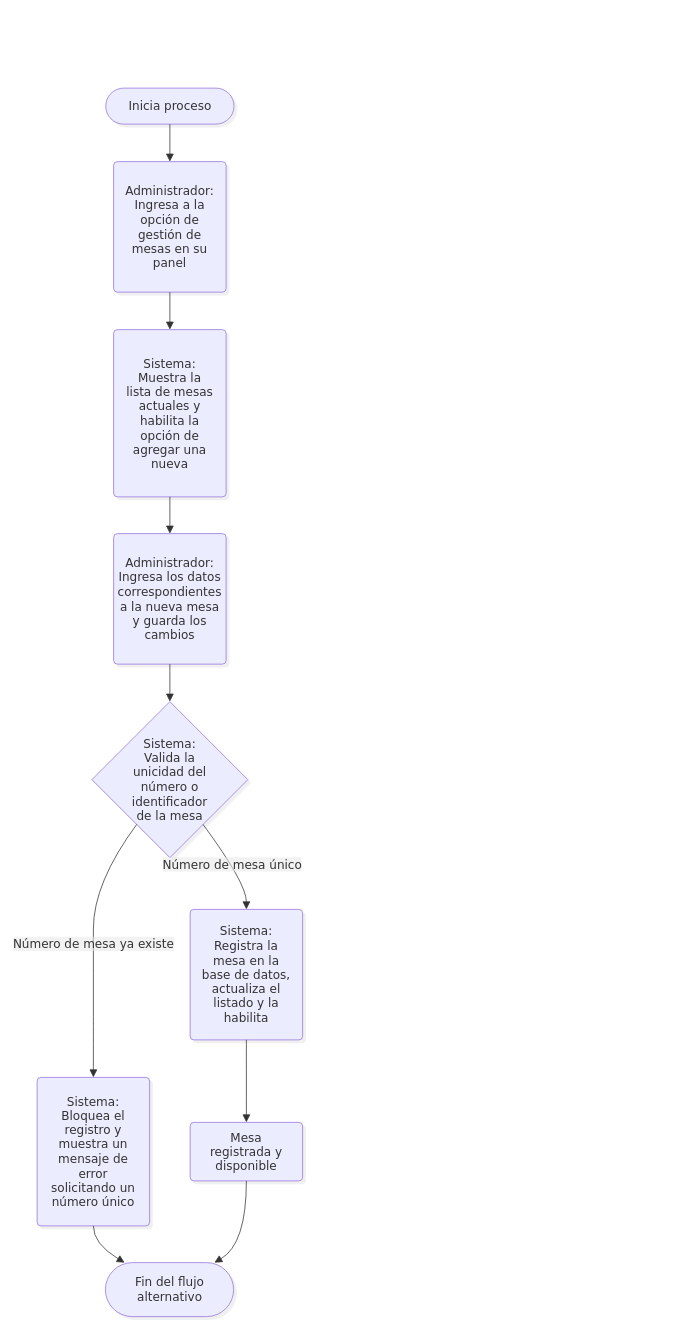
Earlier version of the draw.io diagram page "RF05" (5 of 14) of documentacion/Diagramas/Diagramas Casos de Uso.drawio (CanelaFeliz/ProyectoPPI115). Source tidied: cells renumbered, new cells numbered last; positions are measured from the earlier drawing's top-left corner, leaving out a move shared by most shapes. Both pictures are drawn from the tidied source at 75%, with x=0, y=0 at pixel (14, 13).
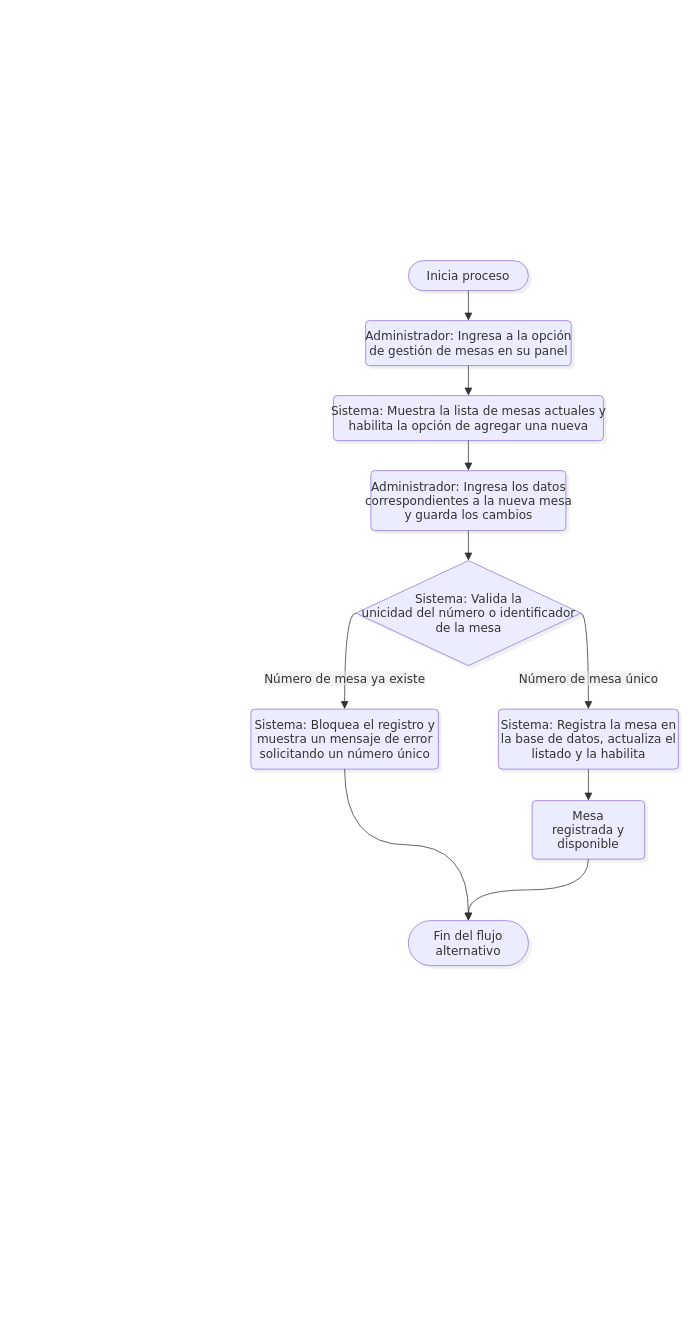
The same diagram, later.

The change refers to these unchanged cells:
```xml
<mxCell id="2" style="group;transparentBounds=1;editIcon=1;lockedGroup=0;groupPadding=10;" parent="1" vertex="1">
  <mxGeometry as="geometry" />
</mxCell>
```

Diff of the diagram source:
```diff
@@
     <mxCell id="3" value="Inicia proceso" style="html=1;rounded=1;whiteSpace=wrap;arcSize=50;strokeWidth=1;fillColor=light-dark(#ECECFF,#1f2020);strokeColor=light-dark(#9370DB,#cccccc);fontColor=light-dark(#333333,#cccccc);fontFamily=Trebuchet MS,Verdana,Arial,sans-serif;fontSize=16;shadow=1;shadowColor=#000000;shadowOffsetX=4;shadowOffsetY=4;shadowBlur=0;shadowOpacity=6;" parent="2" vertex="1">
-      <mxGeometry x="121.5" y="100" width="171" height="48" as="geometry" />
+      <mxGeometry x="525" y="330" width="160" height="40" as="geometry" />
     </mxCell>
-    <mxCell id="4" value="Administrador: Ingresa a la opción de gestión de mesas en su panel" style="rounded=1;absoluteArcSize=1;arcSize=10;html=1;whiteSpace=wrap;strokeWidth=1;fillColor=light-dark(#ECECFF,#1f2020);strokeColor=light-dark(#9370DB,#cccccc);fontColor=light-dark(#333333,#cccccc);fontFamily=Trebuchet MS,Verdana,Arial,sans-serif;fontSize=16;shadow=1;shadowColor=#000000;shadowOffsetX=4;shadowOffsetY=4;shadowBlur=0;shadowOpacity=6;labelWidth=120;" parent="2" vertex="1">
-      <mxGeometry x="132" y="198" width="150" height="174" as="geometry" />
+    <mxCell id="4" value="Administrador: Ingresa a la opción&lt;br&gt;de gestión de mesas en su panel" style="rounded=1;absoluteArcSize=1;arcSize=10;html=1;strokeWidth=1;fillColor=light-dark(#ECECFF,#1f2020);strokeColor=light-dark(#9370DB,#cccccc);fontColor=light-dark(#333333,#cccccc);fontFamily=Trebuchet MS,Verdana,Arial,sans-serif;fontSize=16;shadow=1;shadowColor=#000000;shadowOffsetX=4;shadowOffsetY=4;shadowBlur=0;shadowOpacity=6;labelWidth=120;" parent="2" vertex="1">
+      <mxGeometry x="468" y="410" width="274" height="60" as="geometry" />
     </mxCell>
-    <mxCell id="5" value="Sistema: Muestra la lista de mesas actuales y habilita la opción de agregar una nueva" style="rounded=1;absoluteArcSize=1;arcSize=10;html=1;whiteSpace=wrap;strokeWidth=1;fillColor=light-dark(#ECECFF,#1f2020);strokeColor=light-dark(#9370DB,#cccccc);fontColor=light-dark(#333333,#cccccc);fontFamily=Trebuchet MS,Verdana,Arial,sans-serif;fontSize=16;shadow=1;shadowColor=#000000;shadowOffsetX=4;shadowOffsetY=4;shadowBlur=0;shadowOpacity=6;labelWidth=120;" parent="2" vertex="1">
-      <mxGeometry x="132" y="422" width="150" height="223" as="geometry" />
+    <mxCell id="5" value="Sistema: Muestra la lista de mesas actuales y&lt;br&gt;habilita la opción de agregar una nueva" style="rounded=1;absoluteArcSize=1;arcSize=10;html=1;strokeWidth=1;fillColor=light-dark(#ECECFF,#1f2020);strokeColor=light-dark(#9370DB,#cccccc);fontColor=light-dark(#333333,#cccccc);fontFamily=Trebuchet MS,Verdana,Arial,sans-serif;fontSize=16;shadow=1;shadowColor=#000000;shadowOffsetX=4;shadowOffsetY=4;shadowBlur=0;shadowOpacity=6;labelWidth=120;" parent="2" vertex="1">
+      <mxGeometry x="425" y="510" width="360" height="60" as="geometry" />
     </mxCell>
-    <mxCell id="6" value="Administrador: Ingresa los datos correspondientes a la nueva mesa y guarda los cambios" style="rounded=1;absoluteArcSize=1;arcSize=10;html=1;whiteSpace=wrap;strokeWidth=1;fillColor=light-dark(#ECECFF,#1f2020);strokeColor=light-dark(#9370DB,#cccccc);fontColor=light-dark(#333333,#cccccc);fontFamily=Trebuchet MS,Verdana,Arial,sans-serif;fontSize=16;shadow=1;shadowColor=#000000;shadowOffsetX=4;shadowOffsetY=4;shadowBlur=0;shadowOpacity=6;labelWidth=120;" parent="2" vertex="1">
-      <mxGeometry x="132" y="694" width="150" height="174" as="geometry" />
+    <mxCell id="6" value="Administrador: Ingresa los datos&lt;br&gt;correspondientes a la nueva mesa&lt;br&gt;y guarda los cambios" style="rounded=1;absoluteArcSize=1;arcSize=10;html=1;strokeWidth=1;fillColor=light-dark(#ECECFF,#1f2020);strokeColor=light-dark(#9370DB,#cccccc);fontColor=light-dark(#333333,#cccccc);fontFamily=Trebuchet MS,Verdana,Arial,sans-serif;fontSize=16;shadow=1;shadowColor=#000000;shadowOffsetX=4;shadowOffsetY=4;shadowBlur=0;shadowOpacity=6;labelWidth=120;" parent="2" vertex="1">
+      <mxGeometry x="475" y="610" width="260" height="80" as="geometry" />
     </mxCell>
-    <mxCell id="7" value="Sistema: Valida la unicidad del número o identificador de la mesa" style="rhombus;html=1;strokeWidth=1;whiteSpace=wrap;fillColor=light-dark(#ECECFF,#1f2020);strokeColor=light-dark(#9370DB,#cccccc);fontColor=light-dark(#333333,#cccccc);fontFamily=Trebuchet MS,Verdana,Arial,sans-serif;fontSize=16;shadow=1;shadowColor=#000000;shadowOffsetX=4;shadowOffsetY=4;shadowBlur=0;shadowOpacity=6;labelWidth=120;" parent="2" vertex="1">
-      <mxGeometry x="103" y="918" width="208" height="208" as="geometry" />
+    <mxCell id="7" value="Sistema: Valida la&lt;br&gt;unicidad del número o identificador&lt;br&gt;de la mesa" style="rhombus;html=1;strokeWidth=1;fillColor=light-dark(#ECECFF,#1f2020);strokeColor=light-dark(#9370DB,#cccccc);fontColor=light-dark(#333333,#cccccc);fontFamily=Trebuchet MS,Verdana,Arial,sans-serif;fontSize=16;shadow=1;shadowColor=#000000;shadowOffsetX=4;shadowOffsetY=4;shadowBlur=0;shadowOpacity=6;labelWidth=120;" parent="2" vertex="1">
+      <mxGeometry x="455" y="730" width="300" height="140" as="geometry" />
     </mxCell>
-    <mxCell id="8" value="Sistema: Registra la mesa en la base de datos, actualiza el listado y la habilita" style="rounded=1;absoluteArcSize=1;arcSize=10;html=1;whiteSpace=wrap;strokeWidth=1;fillColor=light-dark(#ECECFF,#1f2020);strokeColor=light-dark(#9370DB,#cccccc);fontColor=light-dark(#333333,#cccccc);fontFamily=Trebuchet MS,Verdana,Arial,sans-serif;fontSize=16;shadow=1;shadowColor=#000000;shadowOffsetX=4;shadowOffsetY=4;shadowBlur=0;shadowOpacity=6;labelWidth=120;" parent="2" vertex="1">
-      <mxGeometry x="234" y="1195" width="150" height="174" as="geometry" />
+    <mxCell id="8" value="Sistema: Registra la mesa en&lt;br&gt;la base de datos, actualiza el&lt;br&gt;listado y la habilita" style="rounded=1;absoluteArcSize=1;arcSize=10;html=1;strokeWidth=1;fillColor=light-dark(#ECECFF,#1f2020);strokeColor=light-dark(#9370DB,#cccccc);fontColor=light-dark(#333333,#cccccc);fontFamily=Trebuchet MS,Verdana,Arial,sans-serif;fontSize=16;shadow=1;shadowColor=#000000;shadowOffsetX=4;shadowOffsetY=4;shadowBlur=0;shadowOpacity=6;labelWidth=120;" parent="2" vertex="1">
+      <mxGeometry x="645" y="928" width="240" height="80" as="geometry" />
     </mxCell>
-    <mxCell id="9" value="Sistema: Bloquea el registro y muestra un mensaje de error solicitando un número único" style="rounded=1;absoluteArcSize=1;arcSize=10;html=1;whiteSpace=wrap;strokeWidth=1;fillColor=light-dark(#ECECFF,#1f2020);strokeColor=light-dark(#9370DB,#cccccc);fontColor=light-dark(#333333,#cccccc);fontFamily=Trebuchet MS,Verdana,Arial,sans-serif;fontSize=16;shadow=1;shadowColor=#000000;shadowOffsetX=4;shadowOffsetY=4;shadowBlur=0;shadowOpacity=6;labelWidth=120;" parent="2" vertex="1">
-      <mxGeometry x="30" y="1419" width="150" height="198" as="geometry" />
+    <mxCell id="9" value="Sistema: Bloquea el registro y&lt;br&gt;muestra un mensaje de error&lt;br&gt;solicitando un número único" style="rounded=1;absoluteArcSize=1;arcSize=10;html=1;strokeWidth=1;fillColor=light-dark(#ECECFF,#1f2020);strokeColor=light-dark(#9370DB,#cccccc);fontColor=light-dark(#333333,#cccccc);fontFamily=Trebuchet MS,Verdana,Arial,sans-serif;fontSize=16;shadow=1;shadowColor=#000000;shadowOffsetX=4;shadowOffsetY=4;shadowBlur=0;shadowOpacity=6;labelWidth=120;" parent="2" vertex="1">
+      <mxGeometry x="315" y="928" width="250" height="80" as="geometry" />
     </mxCell>
     <mxCell id="10" value="Mesa registrada y disponible" style="rounded=1;absoluteArcSize=1;arcSize=10;html=1;whiteSpace=wrap;strokeWidth=1;fillColor=light-dark(#ECECFF,#1f2020);strokeColor=light-dark(#9370DB,#cccccc);fontColor=light-dark(#333333,#cccccc);fontFamily=Trebuchet MS,Verdana,Arial,sans-serif;fontSize=16;shadow=1;shadowColor=#000000;shadowOffsetX=4;shadowOffsetY=4;shadowBlur=0;shadowOpacity=6;labelWidth=120;" parent="2" vertex="1">
-      <mxGeometry x="234" y="1479" width="150" height="78" as="geometry" />
+      <mxGeometry x="690" y="1050" width="150" height="78" as="geometry" />
     </mxCell>
     <mxCell id="11" value="Fin del flujo alternativo" style="html=1;rounded=1;whiteSpace=wrap;arcSize=50;strokeWidth=1;fillColor=light-dark(#ECECFF,#1f2020);strokeColor=light-dark(#9370DB,#cccccc);fontColor=light-dark(#333333,#cccccc);fontFamily=Trebuchet MS,Verdana,Arial,sans-serif;fontSize=16;shadow=1;shadowColor=#000000;shadowOffsetX=4;shadowOffsetY=4;shadowBlur=0;shadowOpacity=6;labelWidth=120;" parent="2" vertex="1">
-      <mxGeometry x="121" y="1666" width="171" height="72" as="geometry" />
+      <mxGeometry x="525" y="1210" width="160" height="60" as="geometry" />
     </mxCell>
@@
-    <mxCell id="16" value="Número de mesa único" style="curved=1;startArrow=none;endArrow=block;endSize=8;strokeColor=light-dark(#333333,#cccccc);html=1;fontSize=16;labelBackgroundColor=light-dark(#E8E8E88D,#2a2a2a8D);fontFamily=Trebuchet MS,Verdana,Arial,sans-serif;fontColor=light-dark(#333333,#cccccc);exitX=0.87;exitY=1;entryX=0.5;entryY=0;targetPerimeterSpacing=4;rounded=0;" parent="2" edge="1" source="7" target="8">
-      <mxGeometry relative="1" as="geometry">
-        <Array as="points">
-          <mxPoint x="309" y="1160" />
-        </Array>
-      </mxGeometry>
+    <mxCell id="16" value="Número de mesa único" style="curved=1;startArrow=none;endArrow=block;endSize=8;strokeColor=light-dark(#333333,#cccccc);html=1;fontSize=16;labelBackgroundColor=light-dark(#E8E8E88D,#2a2a2a8D);fontFamily=Trebuchet MS,Verdana,Arial,sans-serif;fontColor=light-dark(#333333,#cccccc);exitX=1;exitY=0.5;entryX=0.5;entryY=0;targetPerimeterSpacing=4;rounded=0;exitDx=0;exitDy=0;edgeStyle=orthogonalEdgeStyle;curveGeometry=1;" parent="2" edge="1" source="7" target="8">
+      <mxGeometry x="0.41" relative="1" as="geometry" />
     </mxCell>
-    <mxCell id="17" value="Número de mesa ya existe" style="curved=1;startArrow=none;endArrow=block;endSize=8;strokeColor=light-dark(#333333,#cccccc);html=1;fontSize=16;labelBackgroundColor=light-dark(#E8E8E88D,#2a2a2a8D);fontFamily=Trebuchet MS,Verdana,Arial,sans-serif;fontColor=light-dark(#333333,#cccccc);exitX=0.13;exitY=1;entryX=0.5;entryY=0;targetPerimeterSpacing=4;rounded=0;" parent="2" edge="1" source="7" target="9">
-      <mxGeometry relative="1" as="geometry">
-        <Array as="points">
-          <mxPoint x="105" y="1160" />
-          <mxPoint x="105" y="1282" />
-          <mxPoint x="105" y="1394" />
-        </Array>
-      </mxGeometry>
+    <mxCell id="17" value="Número de mesa ya existe" style="curved=1;startArrow=none;endArrow=block;endSize=8;strokeColor=light-dark(#333333,#cccccc);html=1;fontSize=16;labelBackgroundColor=light-dark(#E8E8E88D,#2a2a2a8D);fontFamily=Trebuchet MS,Verdana,Arial,sans-serif;fontColor=light-dark(#333333,#cccccc);exitX=0;exitY=0.5;targetPerimeterSpacing=4;rounded=0;exitDx=0;exitDy=0;entryX=0.5;entryY=0;entryDx=0;entryDy=0;edgeStyle=orthogonalEdgeStyle;curveGeometry=1;" parent="2" edge="1" source="7" target="9">
+      <mxGeometry x="0.42" relative="1" as="geometry" />
     </mxCell>
@@
-    <mxCell id="19" style="curved=1;startArrow=none;endArrow=block;endSize=8;strokeColor=light-dark(#333333,#cccccc);exitX=0.5;exitY=0.99;entryX=0.15;entryY=0;targetPerimeterSpacing=4;rounded=0;" parent="2" edge="1" source="9" target="11">
+    <mxCell id="19" style="curved=1;startArrow=none;endArrow=block;endSize=8;strokeColor=light-dark(#333333,#cccccc);exitX=0.5;exitY=0.99;targetPerimeterSpacing=4;rounded=0;edgeStyle=orthogonalEdgeStyle;curveGeometry=1;" parent="2" edge="1" source="9">
       <mxGeometry relative="1" as="geometry">
-        <Array as="points">
-          <mxPoint x="105" y="1641" />
-        </Array>
+        <mxPoint x="605" y="1210" as="targetPoint" />
       </mxGeometry>
     </mxCell>
-    <mxCell id="20" style="curved=1;startArrow=none;endArrow=block;endSize=8;strokeColor=light-dark(#333333,#cccccc);exitX=0.5;exitY=0.99;entryX=0.85;entryY=0;targetPerimeterSpacing=4;rounded=0;" parent="2" edge="1" source="10" target="11">
-      <mxGeometry relative="1" as="geometry">
-        <Array as="points">
-          <mxPoint x="309" y="1641" />
-        </Array>
-      </mxGeometry>
+    <mxCell id="20" style="curved=1;startArrow=none;endArrow=block;endSize=8;strokeColor=light-dark(#333333,#cccccc);exitX=0.5;exitY=0.99;entryX=0.5;entryY=0;targetPerimeterSpacing=4;rounded=0;entryDx=0;entryDy=0;edgeStyle=orthogonalEdgeStyle;curveGeometry=1;" parent="2" edge="1" source="10" target="11">
+      <mxGeometry relative="1" as="geometry" />
     </mxCell>
```
